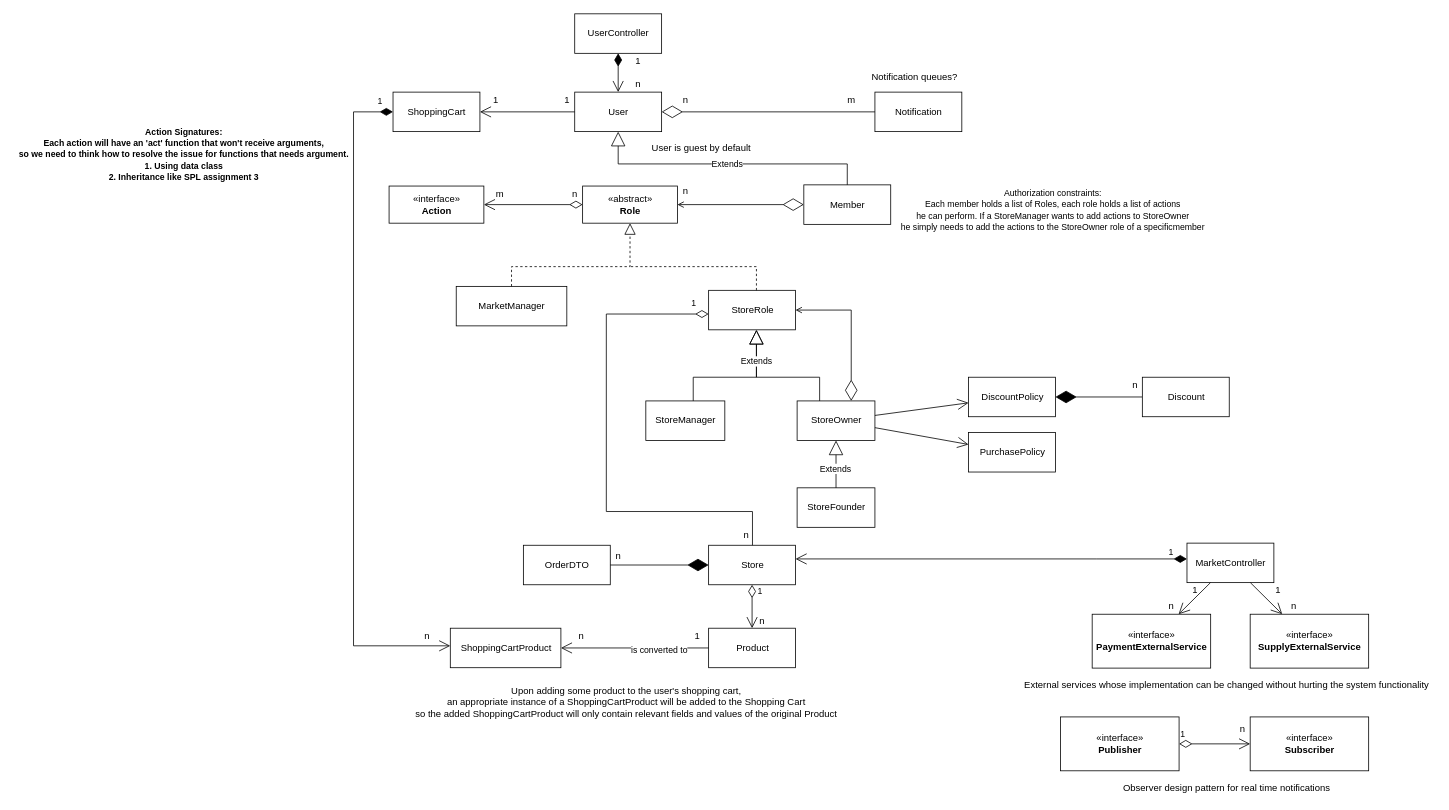
The draw.io diagram page "White Diagram" (1 of 2) of Workshop.drawio in itaitzruia4/Workshop, before the edit. Source tidied: cells renumbered, new cells numbered last; positions are measured from the earlier drawing's top-left corner, leaving out a move shared by most shapes. Both pictures are drawn from the tidied source at 79%, with x=0, y=0 at pixel (13, 13).
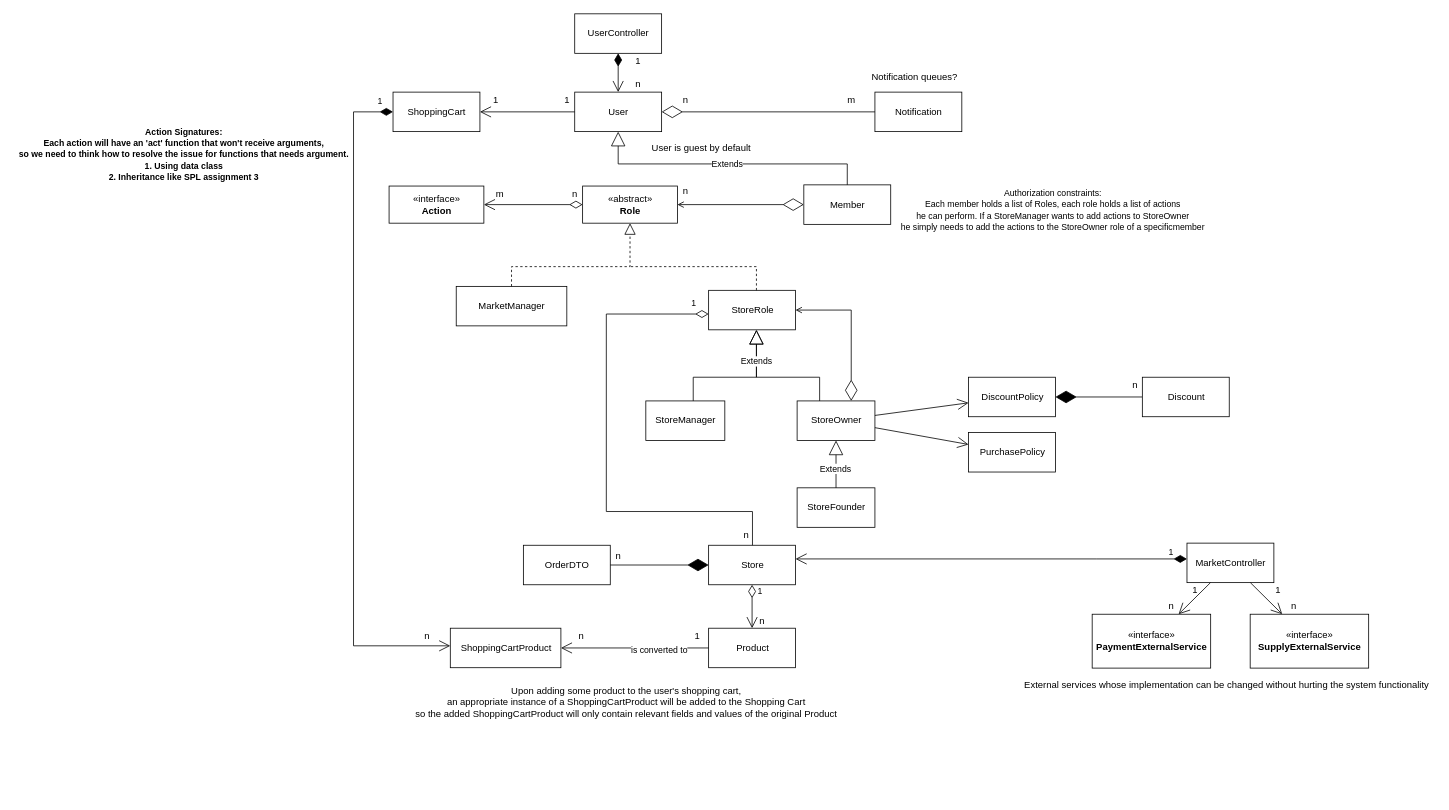
After the change.

Commit message:
removed observer dp from white diagram

The edit, as a diff of the source:
```diff
@@
-    <mxCell id="4" value="«interface»&lt;br&gt;&lt;b&gt;Publisher&lt;/b&gt;" style="html=1;" parent="1" vertex="1">
-      <mxGeometry x="1325" y="890" width="150" height="68.2" as="geometry" />
-    </mxCell>
-    <mxCell id="5" value="«interface»&lt;br&gt;&lt;b&gt;Subscriber&lt;/b&gt;" style="html=1;" parent="1" vertex="1">
-      <mxGeometry x="1565" y="890" width="150" height="68.2" as="geometry" />
-    </mxCell>
-    <mxCell id="6" value="Observer design pattern for real time notifications" style="text;html=1;align=center;verticalAlign=middle;strokeColor=none;fillColor=none;" parent="1" vertex="1">
-      <mxGeometry x="1395" y="970" width="280" height="20" as="geometry" />
-    </mxCell>
@@
-    <mxCell id="21" value="1" style="endArrow=open;html=1;endSize=12;startArrow=diamondThin;startSize=14;startFill=0;edgeStyle=orthogonalEdgeStyle;align=left;verticalAlign=bottom;rounded=0;" parent="1" edge="1" source="4" target="5">
-      <mxGeometry x="-1" y="3" relative="1" as="geometry" />
-    </mxCell>
-    <mxCell id="22" value="n" style="text;html=1;align=center;verticalAlign=middle;strokeColor=none;fillColor=none;" parent="1" vertex="1">
-      <mxGeometry x="1545" y="895.5" width="20" height="20" as="geometry" />
-    </mxCell>
```
